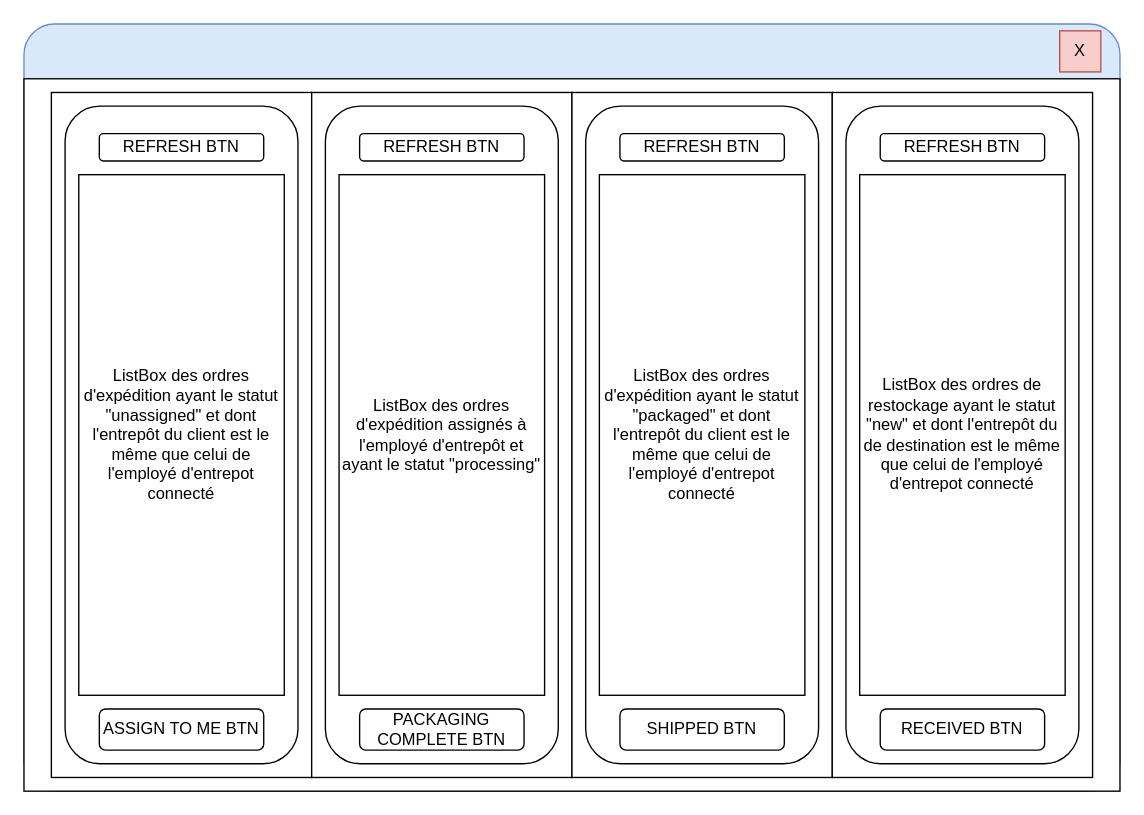
Before: 420DA3_A24_Projet/Documents/WHEmployee_MainMenu.drawio in marc0rona/420DA3_A24_Projet_MAPS, a draw.io diagram. Source tidied: cells renumbered, new cells numbered last; positions are measured from the earlier drawing's top-left corner, leaving out a move shared by most shapes. Both pictures are drawn from the tidied source at 137%, with x=0, y=0 at pixel (23, 23).
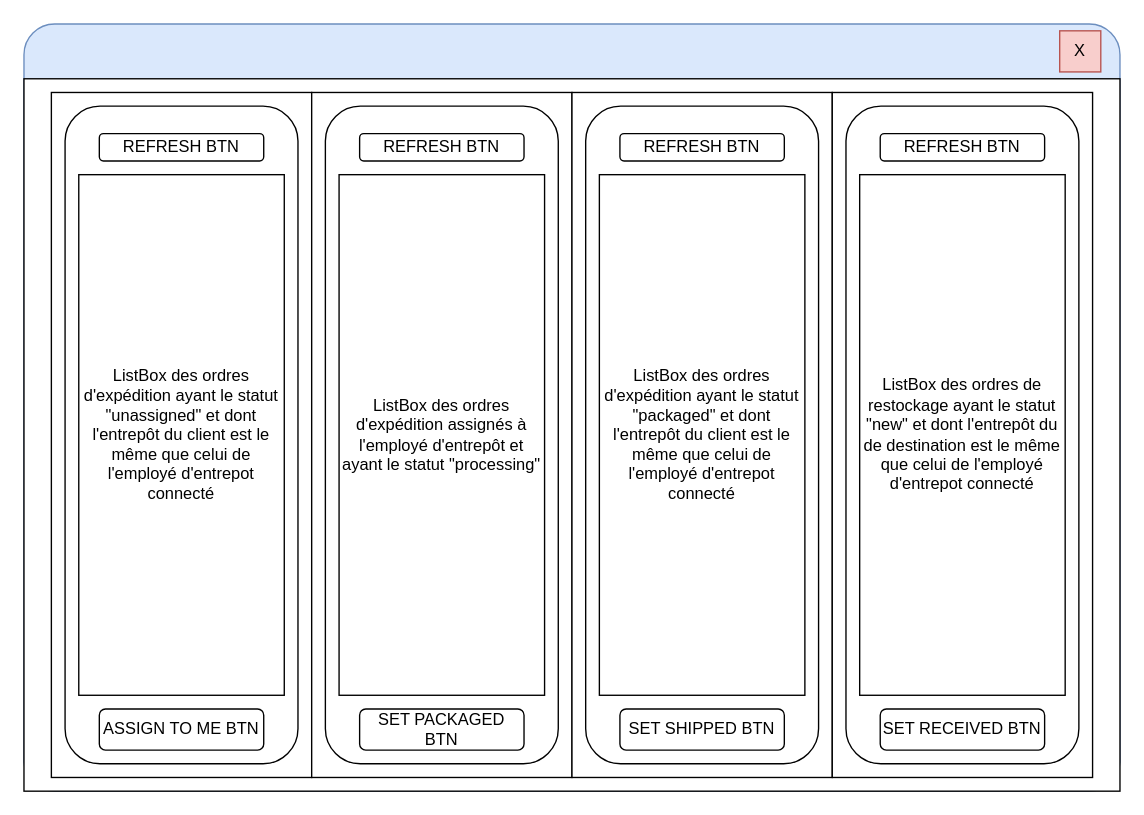
After the change.

Commit message (it also covers changes not shown here):
Added missing services and views to main diagram

What changed in the source:
```diff
@@
-    <mxCell id="16" value="PACKAGING COMPLETE BTN" style="rounded=1;whiteSpace=wrap;html=1;" parent="1" vertex="1">
+    <mxCell id="16" value="SET PACKAGED BTN" style="rounded=1;whiteSpace=wrap;html=1;" parent="1" vertex="1">
       <mxGeometry x="245" y="500" width="120" height="30" as="geometry" />
     </mxCell>
@@
-    <mxCell id="19" value="SHIPPED BTN" style="rounded=1;whiteSpace=wrap;html=1;" parent="1" vertex="1">
+    <mxCell id="19" value="SET SHIPPED BTN" style="rounded=1;whiteSpace=wrap;html=1;" parent="1" vertex="1">
       <mxGeometry x="435" y="500" width="120" height="30" as="geometry" />
     </mxCell>
@@
-    <mxCell id="24" value="RECEIVED BTN" style="rounded=1;whiteSpace=wrap;html=1;" parent="1" vertex="1">
+    <mxCell id="24" value="SET RECEIVED BTN" style="rounded=1;whiteSpace=wrap;html=1;" parent="1" vertex="1">
       <mxGeometry x="625" y="500" width="120" height="30" as="geometry" />
     </mxCell>
```
